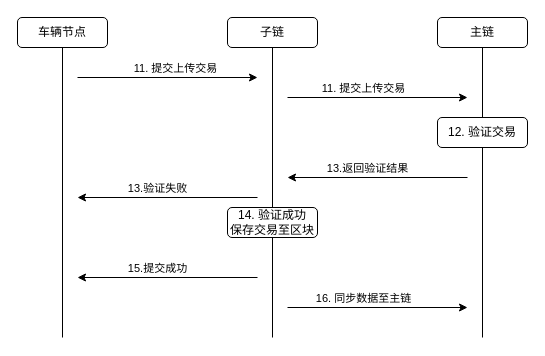
Before: 专利.drawio in burnandgun/diagrams, a draw.io diagram. Source tidied: cells renumbered, new cells numbered last; positions are measured from the earlier drawing's top-left corner, leaving out a move shared by most shapes. Both pictures are drawn from the tidied source at 100%, with x=0, y=0 at pixel (17, 17).
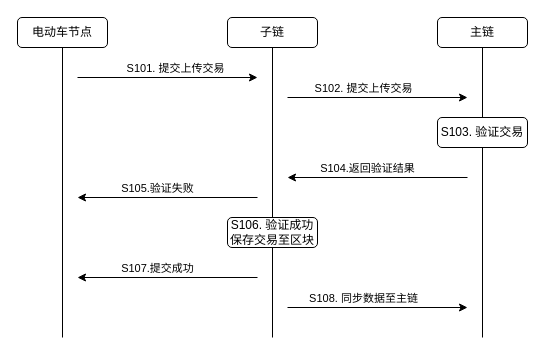
The same diagram, later.

The change refers to these unchanged cells:
```xml
<mxCell id="8" style="endArrow=classic;html=1;rounded=0;" parent="1" edge="1">
  <mxGeometry relative="1" as="geometry">
    <mxPoint x="60" y="60" as="sourcePoint" />
    <mxPoint x="240" y="60" as="targetPoint" />
  </mxGeometry>
</mxCell>
<mxCell id="10" style="endArrow=classic;html=1;rounded=0;" parent="1" edge="1">
  <mxGeometry relative="1" as="geometry">
    <mxPoint x="270" y="80" as="sourcePoint" />
    <mxPoint x="450" y="80" as="targetPoint" />
  </mxGeometry>
</mxCell>
<mxCell id="13" style="endArrow=classic;html=1;rounded=0;" parent="1" edge="1">
  <mxGeometry relative="1" as="geometry">
    <mxPoint x="450" y="160" as="sourcePoint" />
    <mxPoint x="270" y="160" as="targetPoint" />
  </mxGeometry>
</mxCell>
<mxCell id="15" style="endArrow=classic;html=1;rounded=0;" parent="1" edge="1">
  <mxGeometry relative="1" as="geometry">
    <mxPoint x="240" y="180" as="sourcePoint" />
    <mxPoint x="60" y="180" as="targetPoint" />
  </mxGeometry>
</mxCell>
<mxCell id="18" style="endArrow=classic;html=1;rounded=0;" parent="1" edge="1">
  <mxGeometry relative="1" as="geometry">
    <mxPoint x="240" y="260" as="sourcePoint" />
    <mxPoint x="60" y="260" as="targetPoint" />
  </mxGeometry>
</mxCell>
<mxCell id="20" style="endArrow=classic;html=1;rounded=0;" parent="1" edge="1">
  <mxGeometry relative="1" as="geometry">
    <mxPoint x="270" y="290" as="sourcePoint" />
    <mxPoint x="450" y="290" as="targetPoint" />
  </mxGeometry>
</mxCell>
```

Diff of the diagram source:
```diff
@@
-    <mxCell id="2" value="车辆节点" style="rounded=1;whiteSpace=wrap;html=1;" parent="1" vertex="1">
+    <mxCell id="2" value="电动车节点" style="rounded=1;whiteSpace=wrap;html=1;" parent="1" vertex="1">
       <mxGeometry width="90" height="30" as="geometry" />
     </mxCell>
@@
-    <mxCell id="9" value="11. 提交上传交易" style="edgeLabel;html=1;align=center;verticalAlign=middle;" parent="8" vertex="1">
+    <mxCell id="9" value="S101. 提交上传交易" style="edgeLabel;html=1;align=center;verticalAlign=middle;" parent="8" vertex="1">
       <mxGeometry x="0.25" y="4" relative="1" as="geometry">
         <mxPoint x="-16" y="-6" as="offset" />
       </mxGeometry>
     </mxCell>
@@
-    <mxCell id="11" value="11. 提交上传交易" style="edgeLabel;html=1;align=center;verticalAlign=middle;" parent="10" vertex="1">
+    <mxCell id="11" value="S102. 提交上传交易" style="edgeLabel;html=1;align=center;verticalAlign=middle;" parent="10" vertex="1">
       <mxGeometry x="0.25" y="4" relative="1" as="geometry">
         <mxPoint x="-38" y="-6" as="offset" />
       </mxGeometry>
     </mxCell>
-    <mxCell id="12" value="12. 验证交易" style="rounded=1;whiteSpace=wrap;html=1;" parent="1" vertex="1">
+    <mxCell id="12" value="S103. 验证交易" style="rounded=1;whiteSpace=wrap;html=1;" parent="1" vertex="1">
       <mxGeometry x="420" y="100" width="90" height="30" as="geometry" />
     </mxCell>
@@
-    <mxCell id="14" value="13.返回验证结果" style="edgeLabel;html=1;align=center;verticalAlign=middle;" parent="13" vertex="1">
+    <mxCell id="14" value="S104.返回验证结果" style="edgeLabel;html=1;align=center;verticalAlign=middle;" parent="13" vertex="1">
       <mxGeometry x="0.25" y="4" relative="1" as="geometry">
         <mxPoint x="12" y="-14" as="offset" />
       </mxGeometry>
     </mxCell>
@@
-    <mxCell id="16" value="13.验证失败" style="edgeLabel;html=1;align=center;verticalAlign=middle;" parent="15" vertex="1">
+    <mxCell id="16" value="S105.验证失败" style="edgeLabel;html=1;align=center;verticalAlign=middle;" parent="15" vertex="1">
       <mxGeometry x="0.25" y="4" relative="1" as="geometry">
         <mxPoint x="12" y="-14" as="offset" />
       </mxGeometry>
     </mxCell>
-    <mxCell id="17" value="14. 验证成功&lt;br&gt;保存交易至区块" style="rounded=1;whiteSpace=wrap;html=1;" parent="1" vertex="1">
-      <mxGeometry x="210" y="190" width="90" height="30" as="geometry" />
+    <mxCell id="17" value="S106. 验证成功&lt;br&gt;保存交易至区块" style="rounded=1;whiteSpace=wrap;html=1;" parent="1" vertex="1">
+      <mxGeometry x="210" y="200" width="90" height="30" as="geometry" />
     </mxCell>
@@
-    <mxCell id="19" value="15.提交成功" style="edgeLabel;html=1;align=center;verticalAlign=middle;" parent="18" vertex="1">
+    <mxCell id="19" value="S107.提交成功" style="edgeLabel;html=1;align=center;verticalAlign=middle;" parent="18" vertex="1">
       <mxGeometry x="0.25" y="4" relative="1" as="geometry">
         <mxPoint x="12" y="-14" as="offset" />
       </mxGeometry>
     </mxCell>
@@
-    <mxCell id="21" value="16. 同步数据至主链" style="edgeLabel;html=1;align=center;verticalAlign=middle;" parent="20" vertex="1">
+    <mxCell id="21" value="S108. 同步数据至主链" style="edgeLabel;html=1;align=center;verticalAlign=middle;" parent="20" vertex="1">
       <mxGeometry x="0.25" y="4" relative="1" as="geometry">
         <mxPoint x="-38" y="-6" as="offset" />
       </mxGeometry>
     </mxCell>
```
